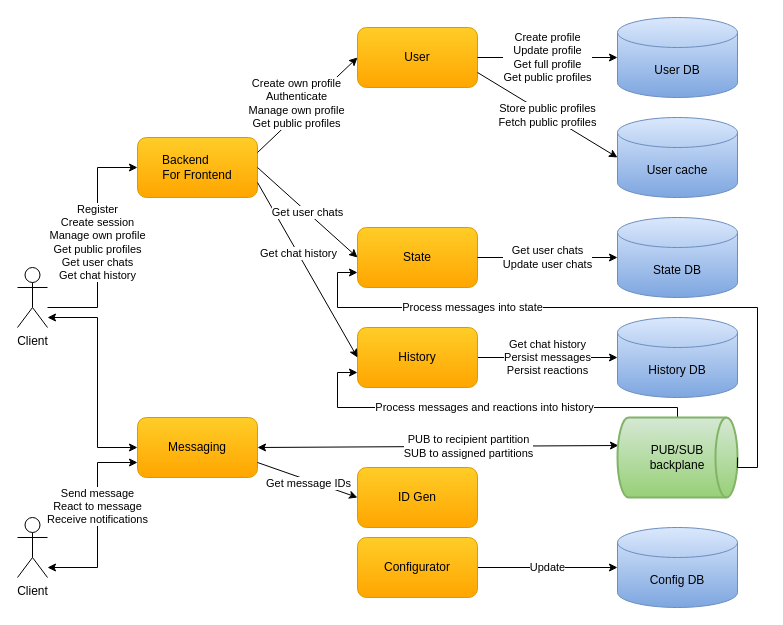
Before: docs/diagrams/cecochat-01-overall.drawio in cvetomir-todorov/CecoChat, a draw.io diagram. Source tidied: cells renumbered, new cells numbered last; positions are measured from the earlier drawing's top-left corner, leaving out a move shared by most shapes. Both pictures are drawn from the tidied source at 100%, with x=0, y=0 at pixel (17, 17).
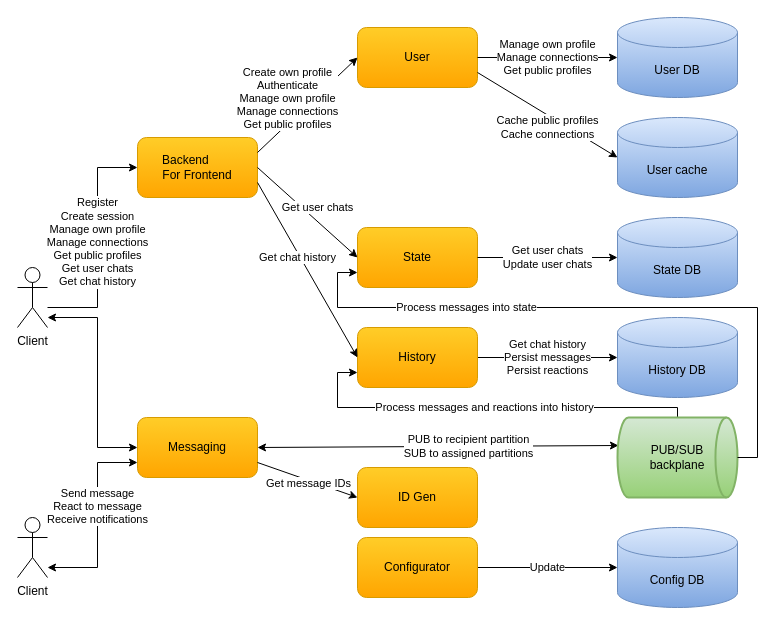
The same page after the edit.

Commit message (it also covers changes not shown here):
Update main diagram to include connections

Unchanged cells that the change refers to:
```xml
<mxCell id="4" value="Client" style="shape=umlActor;verticalLabelPosition=bottom;verticalAlign=top;html=1;outlineConnect=0;" parent="1" vertex="1">
  <mxGeometry y="250" width="30" height="60" as="geometry" />
</mxCell>
<mxCell id="10" value="PUB/SUB&lt;br&gt;backplane" style="strokeWidth=2;html=1;shape=mxgraph.flowchart.direct_data;whiteSpace=wrap;gradientColor=#97d077;fillColor=#d5e8d4;strokeColor=#82b366;" parent="1" vertex="1">
  <mxGeometry x="600" y="400" width="120" height="80" as="geometry" />
</mxCell>
<mxCell id="16" value="&lt;font style=&quot;font-size: 12px&quot;&gt;History&lt;/font&gt;" style="rounded=1;whiteSpace=wrap;html=1;gradientColor=#ffa500;fillColor=#ffcd28;strokeColor=#d79b00;" parent="1" vertex="1">
  <mxGeometry x="340" y="310" width="120" height="60" as="geometry" />
</mxCell>
<mxCell id="19" value="&lt;font style=&quot;font-size: 12px&quot;&gt;Backend&amp;nbsp; &amp;nbsp; &amp;nbsp; &amp;nbsp;&lt;br&gt;For Frontend&lt;/font&gt;" style="rounded=1;whiteSpace=wrap;html=1;gradientColor=#ffa500;fillColor=#ffcd28;strokeColor=#d79b00;" parent="1" vertex="1">
  <mxGeometry x="120" y="120" width="120" height="60" as="geometry" />
</mxCell>
<mxCell id="21" value="&lt;font style=&quot;font-size: 12px&quot;&gt;State&lt;/font&gt;" style="rounded=1;whiteSpace=wrap;html=1;gradientColor=#ffa500;fillColor=#ffcd28;strokeColor=#d79b00;" parent="1" vertex="1">
  <mxGeometry x="340" y="210" width="120" height="60" as="geometry" />
</mxCell>
<mxCell id="26" value="&lt;font style=&quot;font-size: 12px&quot;&gt;User&lt;/font&gt;" style="rounded=1;whiteSpace=wrap;html=1;gradientColor=#ffa500;fillColor=#ffcd28;strokeColor=#d79b00;" parent="1" vertex="1">
  <mxGeometry x="340" y="10" width="120" height="60" as="geometry" />
</mxCell>
<mxCell id="27" value="User DB" style="shape=cylinder3;whiteSpace=wrap;html=1;boundedLbl=1;backgroundOutline=1;size=15;gradientColor=#7ea6e0;fillColor=#dae8fc;strokeColor=#6c8ebf;" parent="1" vertex="1">
  <mxGeometry x="600" width="120" height="80" as="geometry" />
</mxCell>
<mxCell id="30" value="User cache" style="shape=cylinder3;whiteSpace=wrap;html=1;boundedLbl=1;backgroundOutline=1;size=15;gradientColor=#7ea6e0;fillColor=#dae8fc;strokeColor=#6c8ebf;" parent="1" vertex="1">
  <mxGeometry x="600" y="100" width="120" height="80" as="geometry" />
</mxCell>
```

The edit, as a diff of the source:
```diff
@@
-    <mxCell id="3" value="Register&lt;br&gt;Create session&lt;br&gt;Manage own&amp;nbsp;profile&lt;br&gt;Get public profiles&lt;br&gt;Get user chats&lt;br&gt;Get chat history" style="edgeStyle=orthogonalEdgeStyle;rounded=0;jettySize=auto;html=1;entryX=0;entryY=0.5;entryDx=0;entryDy=0;" parent="1" edge="1" source="4" target="19">
+    <mxCell id="3" value="Register&lt;br&gt;Create session&lt;br&gt;Manage own&amp;nbsp;profile&lt;br&gt;Manage connections&lt;br&gt;Get public profiles&lt;br style=&quot;border-color: var(--border-color);&quot;&gt;Get user chats&lt;br&gt;Get chat history" style="edgeStyle=orthogonalEdgeStyle;rounded=0;jettySize=auto;html=1;entryX=0;entryY=0.5;entryDx=0;entryDy=0;" parent="1" edge="1" source="4" target="19">
       <mxGeometry relative="1" as="geometry">
         <Array as="points">
           <mxPoint x="80" y="290" />
           <mxPoint x="80" y="150" />
         </Array>
       </mxGeometry>
     </mxCell>
@@
     <mxCell id="22" value="Process messages into state" style="edgeStyle=orthogonalEdgeStyle;rounded=0;jettySize=auto;html=1;entryX=0;entryY=0.75;entryDx=0;entryDy=0;exitX=1;exitY=0.5;exitDx=0;exitDy=0;exitPerimeter=0;" parent="1" edge="1" source="10" target="21">
       <mxGeometry x="0.43" relative="1" as="geometry">
         <Array as="points">
-          <mxPoint x="740" y="450" />
+          <mxPoint x="740" y="440" />
           <mxPoint x="740" y="290" />
           <mxPoint x="320" y="290" />
           <mxPoint x="320" y="255" />
         </Array>
       </mxGeometry>
     </mxCell>
@@
     <mxCell id="24" value="Get chat history" style="endArrow=classic;html=1;exitX=1;exitY=0.75;exitDx=0;exitDy=0;entryX=0;entryY=0.5;entryDx=0;entryDy=0;" parent="1" edge="1" source="19" target="16">
-      <mxGeometry x="-0.19" relative="1" as="geometry" />
+      <mxGeometry x="-0.16" y="-2" relative="1" as="geometry" />
     </mxCell>
     <mxCell id="25" value="Get user chats" style="endArrow=classic;html=1;entryX=0;entryY=0.5;entryDx=0;entryDy=0;exitX=1;exitY=0.5;exitDx=0;exitDy=0;" parent="1" edge="1" source="19" target="21">
-      <mxGeometry relative="1" as="geometry" />
+      <mxGeometry x="0.06" y="10" relative="1" as="geometry">
+        <mxPoint x="1" as="offset" />
+      </mxGeometry>
     </mxCell>
@@
-    <mxCell id="28" value="&lt;font style=&quot;font-size: 11px&quot;&gt;Create profile&lt;br style=&quot;border-color: var(--border-color);&quot;&gt;Update profile&lt;br style=&quot;border-color: var(--border-color);&quot;&gt;Get full profile&lt;br style=&quot;border-color: var(--border-color);&quot;&gt;Get public profiles&lt;br&gt;&lt;/font&gt;" style="rounded=0;jettySize=auto;html=1;entryX=0;entryY=0.5;entryDx=0;entryDy=0;entryPerimeter=0;startArrow=none;startFill=0;" parent="1" edge="1" target="27">
+    <mxCell id="28" value="&lt;font style=&quot;font-size: 11px&quot;&gt;Manage own profile&lt;br style=&quot;border-color: var(--border-color);&quot;&gt;Manage connections&lt;br&gt;Get public profiles&lt;br&gt;&lt;/font&gt;" style="rounded=0;jettySize=auto;html=1;entryX=0;entryY=0.5;entryDx=0;entryDy=0;entryPerimeter=0;startArrow=none;startFill=0;" parent="1" edge="1" target="27">
       <mxGeometry relative="1" as="geometry">
         <mxPoint x="460" y="40" as="sourcePoint" />
       </mxGeometry>
     </mxCell>
-    <mxCell id="29" value="Create own profile&lt;br style=&quot;border-color: var(--border-color);&quot;&gt;Authenticate&lt;br style=&quot;border-color: var(--border-color);&quot;&gt;Manage own profile&lt;br style=&quot;border-color: var(--border-color);&quot;&gt;Get public profiles" style="endArrow=classic;html=1;entryX=0;entryY=0.5;entryDx=0;entryDy=0;exitX=1;exitY=0.25;exitDx=0;exitDy=0;" parent="1" edge="1" source="19" target="26">
-      <mxGeometry x="-0.09" y="8" relative="1" as="geometry">
-        <mxPoint x="-1" as="offset" />
-      </mxGeometry>
+    <mxCell id="29" value="Create own profile&lt;br style=&quot;border-color: var(--border-color);&quot;&gt;Authenticate&lt;br style=&quot;border-color: var(--border-color);&quot;&gt;Manage own profile&lt;br style=&quot;border-color: var(--border-color);&quot;&gt;Manage connections&lt;br&gt;Get public profiles" style="endArrow=classic;html=1;entryX=0;entryY=0.5;entryDx=0;entryDy=0;exitX=1;exitY=0.25;exitDx=0;exitDy=0;" parent="1" edge="1" source="19" target="26">
+      <mxGeometry x="-0.14" y="19" relative="1" as="geometry" />
     </mxCell>
@@
-    <mxCell id="31" value="Store public profiles&lt;br style=&quot;border-color: var(--border-color);&quot;&gt;Fetch public profiles" style="rounded=0;jettySize=auto;html=1;entryX=0;entryY=0.5;entryDx=0;entryDy=0;entryPerimeter=0;exitX=1;exitY=0.75;exitDx=0;exitDy=0;" parent="1" edge="1" source="26" target="30">
-      <mxGeometry relative="1" as="geometry" />
+    <mxCell id="31" value="Cache public profiles&lt;br style=&quot;border-color: var(--border-color);&quot;&gt;Cache connections" style="rounded=0;jettySize=auto;html=1;entryX=0;entryY=0.5;entryDx=0;entryDy=0;entryPerimeter=0;exitX=1;exitY=0.75;exitDx=0;exitDy=0;" parent="1" edge="1" source="26" target="30">
+      <mxGeometry x="0.08" y="-11" relative="1" as="geometry" />
     </mxCell>
```
